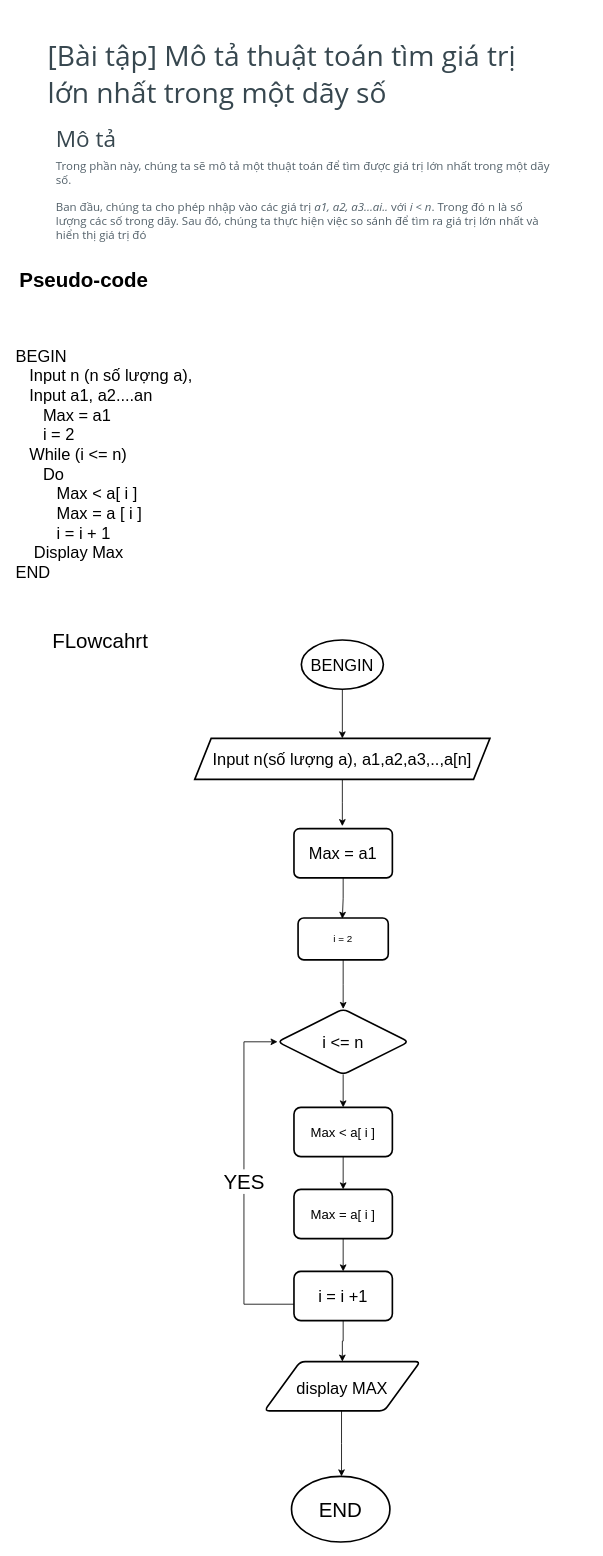
Before: moduel1/ss3_pseudocode_flowchart/bai_tap/Tim_so_lon_nhat_trong_day_so.drawio in haohaone/C0222G1-Nguy-n-Ho-ng-H-o, a draw.io diagram. Source tidied: cells renumbered, new cells numbered last; positions are measured from the earlier drawing's top-left corner, leaving out a move shared by most shapes. Both pictures are drawn from the tidied source at 82%, with x=0, y=0 at pixel (14, 33).
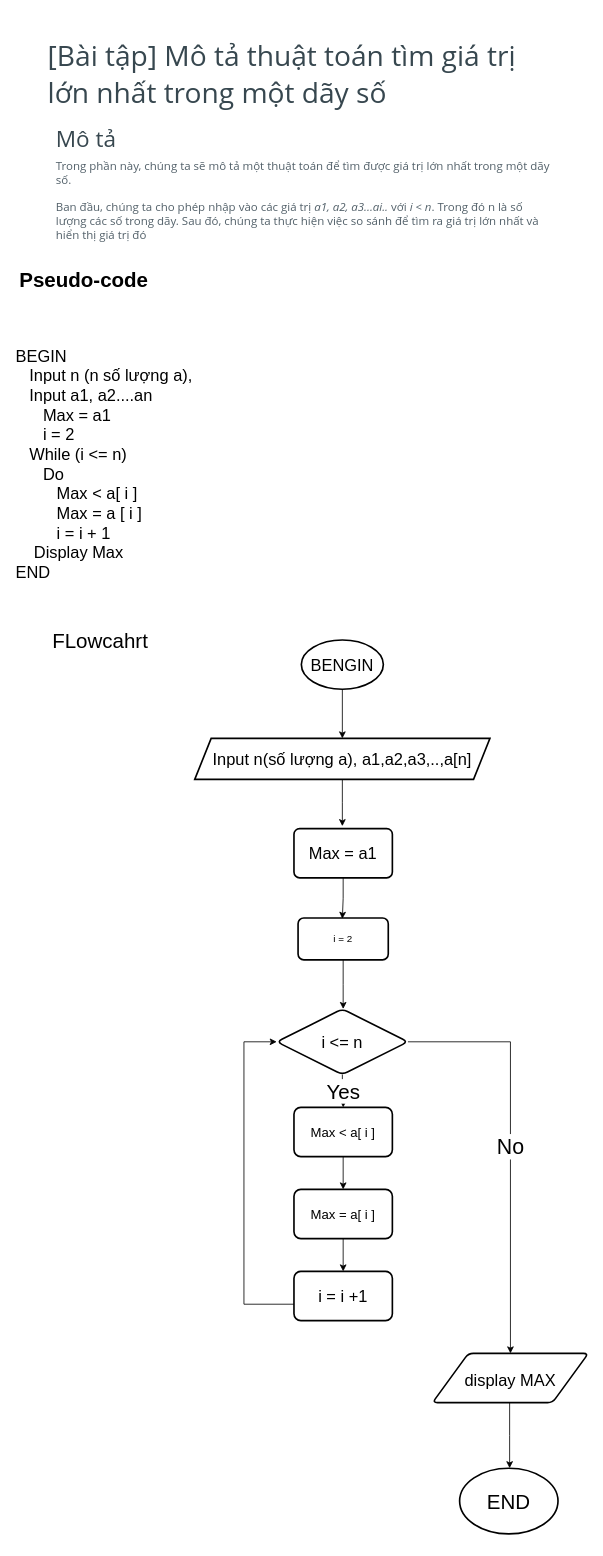
After the change.

Unchanged cells that the change refers to:
```xml
<mxCell id="23" value="&lt;font style=&quot;font-size: 20px&quot;&gt;i = i +1&lt;/font&gt;" style="whiteSpace=wrap;html=1;rounded=1;strokeWidth=2;labelBackgroundColor=#ffffff;arcSize=14;" parent="1" vertex="1">
  <mxGeometry x="341" y="1510" width="120" height="60" as="geometry" />
</mxCell>
```

What changed in the source:
```diff
@@
-    <mxCell id="13" style="edgeStyle=orthogonalEdgeStyle;rounded=0;jettySize=auto;html=1;fontSize=25;" parent="1" edge="1" source="14">
+    <mxCell id="13" value="Yes" style="edgeStyle=orthogonalEdgeStyle;rounded=0;jettySize=auto;html=1;fontSize=25;" parent="1" edge="1" source="14">
       <mxGeometry relative="1" as="geometry">
         <mxPoint x="401" y="1310" as="targetPoint" />
       </mxGeometry>
     </mxCell>
+    <mxCell id="27" value="&lt;font style=&quot;font-size: 26px&quot;&gt;No&lt;/font&gt;" style="edgeStyle=orthogonalEdgeStyle;rounded=0;jettySize=auto;html=1;entryX=0.5;entryY=0;entryDx=0;entryDy=0;" parent="1" edge="1" source="14" target="25">
+      <mxGeometry relative="1" as="geometry" />
+    </mxCell>
     <mxCell id="14" value="&lt;span style=&quot;font-size: 20px&quot;&gt;i &amp;lt;= n&lt;/span&gt;" style="rhombus;whiteSpace=wrap;html=1;rounded=1;strokeWidth=2;labelBackgroundColor=#ffffff;arcSize=14;" parent="1" vertex="1">
-      <mxGeometry x="321" y="1190" width="160" height="80" as="geometry" />
+      <mxGeometry x="320" y="1190" width="160" height="80" as="geometry" />
     </mxCell>
@@
-    <mxCell id="21" value="YES" style="edgeStyle=orthogonalEdgeStyle;rounded=0;jettySize=auto;html=1;fontSize=25;entryX=0;entryY=0.5;entryDx=0;entryDy=0;" parent="1" edge="1" source="23" target="14">
+    <mxCell id="21" style="edgeStyle=orthogonalEdgeStyle;rounded=0;jettySize=auto;html=1;fontSize=25;entryX=0;entryY=0.5;entryDx=0;entryDy=0;" parent="1" edge="1" source="23" target="14">
       <mxGeometry relative="1" as="geometry">
         <Array as="points">
           <mxPoint x="280" y="1550" />
           <mxPoint x="280" y="1230" />
         </Array>
       </mxGeometry>
     </mxCell>
-    <mxCell id="22" style="edgeStyle=orthogonalEdgeStyle;rounded=0;jettySize=auto;html=1;entryX=0.5;entryY=0;entryDx=0;entryDy=0;" parent="1" edge="1" source="23" target="25">
-      <mxGeometry relative="1" as="geometry" />
-    </mxCell>
@@
     <mxCell id="24" style="edgeStyle=orthogonalEdgeStyle;rounded=0;jettySize=auto;html=1;fontSize=25;" parent="1" edge="1" source="25">
       <mxGeometry relative="1" as="geometry">
-        <mxPoint x="399" y="1760" as="targetPoint" />
+        <mxPoint x="604" y="1750" as="targetPoint" />
         <Array as="points">
-          <mxPoint x="399" y="1720" />
-          <mxPoint x="399" y="1720" />
+          <mxPoint x="604" y="1710" />
+          <mxPoint x="604" y="1710" />
         </Array>
       </mxGeometry>
     </mxCell>
     <mxCell id="25" value="&lt;span style=&quot;font-size: 20px&quot;&gt;display MAX&lt;/span&gt;" style="shape=parallelogram;html=1;strokeWidth=2;perimeter=parallelogramPerimeter;whiteSpace=wrap;rounded=1;arcSize=12;size=0.23;labelBackgroundColor=#ffffff;fontSize=25;" parent="1" vertex="1">
-      <mxGeometry x="305" y="1620" width="190" height="60" as="geometry" />
+      <mxGeometry x="510" y="1610" width="190" height="60" as="geometry" />
     </mxCell>
     <mxCell id="26" value="END" style="ellipse;whiteSpace=wrap;html=1;rounded=1;fontSize=25;strokeWidth=2;labelBackgroundColor=#ffffff;arcSize=12;" parent="1" vertex="1">
-      <mxGeometry x="338" y="1760" width="120" height="80" as="geometry" />
+      <mxGeometry x="543" y="1750" width="120" height="80" as="geometry" />
     </mxCell>
```
